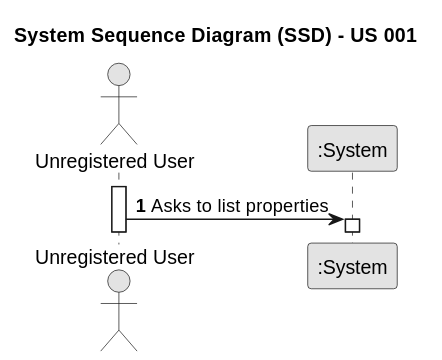
Departamento-de-Engenharia-Informatica/lei-24-s2-1dm-g132 keeps this PlantUML diagram as docs/sprintA/us001/01.requirements-engineering/svg/us001-system-sequence-diagram.svg. Above is the earlier version. The source it was exported from:
```plantuml
@startuml
skinparam monochrome true
skinparam packageStyle rectangle
skinparam shadowing false

title System Sequence Diagram (SSD) - US 001

autonumber

actor "Unregistered User" as User
participant ":System" as System

activate User

    User -> System: Asks to list properties
    activate System
@enduml
```
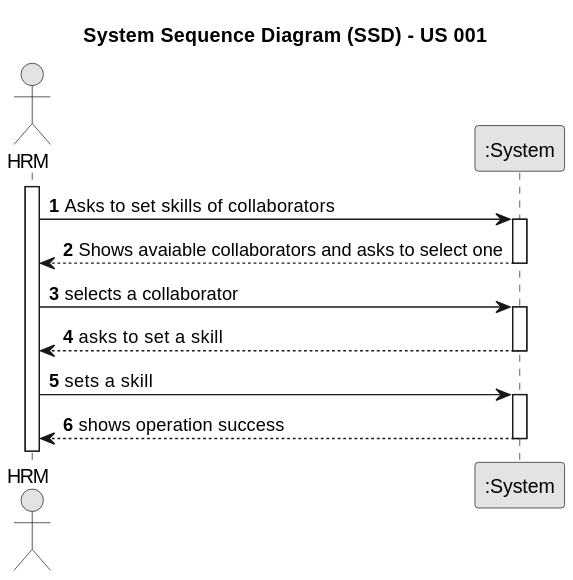
The same file after the commit.

Diff of the diagram source:
```diff
@@ -7,11 +7,21 @@
 
 autonumber
 
-actor "Unregistered User" as User
+actor "HRM" as HRM
 participant ":System" as System
 
-activate User
+activate HRM
 
-    User -> System: Asks to list properties
+    HRM -> System: Asks to set skills of collaborators
     activate System
+ System --> HRM: Shows avaiable collaborators and asks to select one
+    deactivate System
+    HRM -> System: selects a collaborator
+        activate System
+         System --> HRM: asks to set a skill
+            deactivate System
+                HRM -> System: sets a skill
+                    activate System
+                       System --> HRM: shows operation success
+                                deactivate System
 @enduml
```
